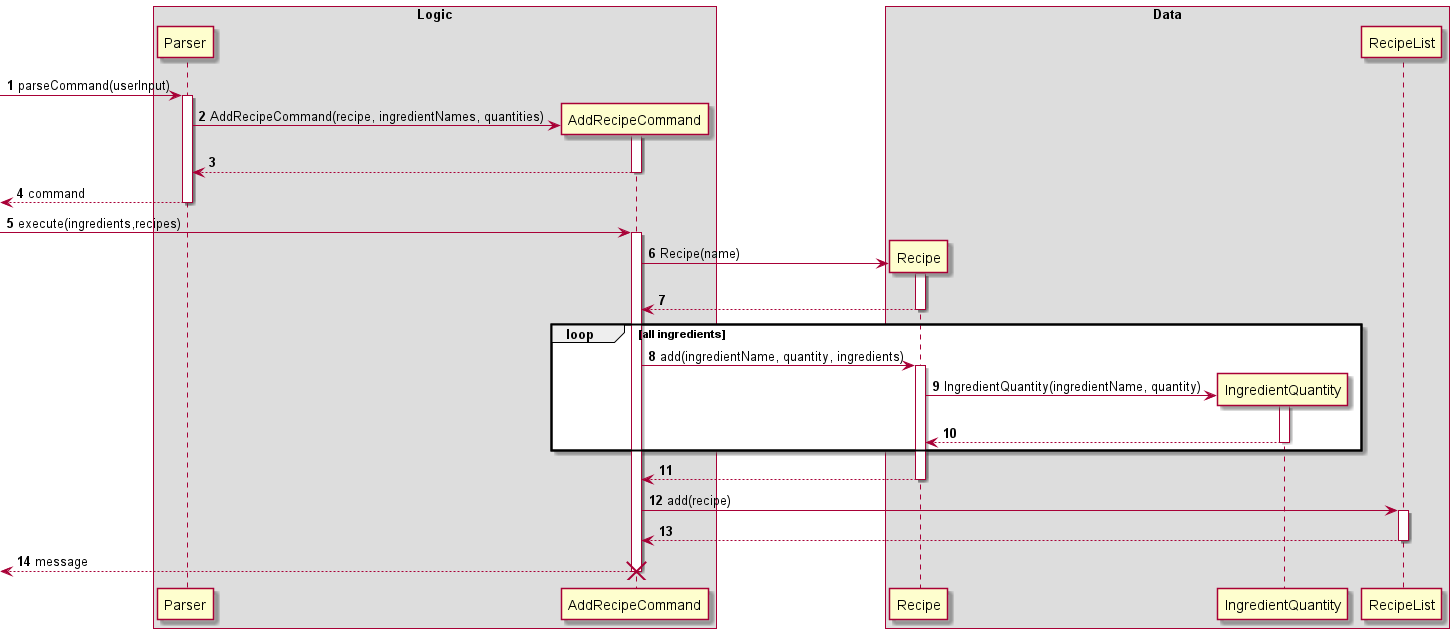
The PlantUML diagram docs/diagrams/AddRecipe.png in nus-cs2113-AY2122S1/tp, before a commit.
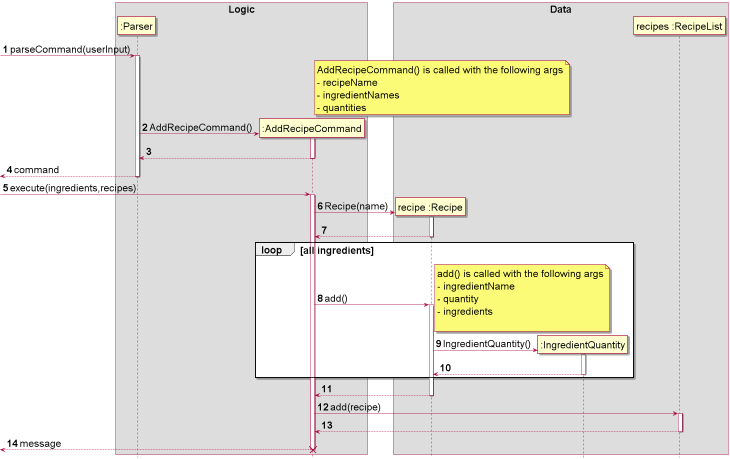
After the change.

Change to the diagram source:
```diff
@@ -1,44 +1,61 @@
 @startuml
+!include style.puml
+
+skinparam defaultFontSize 25
 
 autonumber
 box Logic
--> Parser: parseCommand(userInput)
-activate Parser
+-> ":Parser": parseCommand(userInput)
+activate ":Parser"
 
-create AddRecipeCommand
-Parser -> AddRecipeCommand : AddRecipeCommand(recipe, ingredientNames, quantities)
-activate AddRecipeCommand
+create ":AddRecipeCommand"
+note right of ":AddRecipeCommand"
+AddRecipeCommand() is called with the following args
+- recipeName
+- ingredientNames
+- quantities
+end note
+":Parser" -> ":AddRecipeCommand" : AddRecipeCommand()
+activate ":AddRecipeCommand"
 
 return
 return command
 
--> AddRecipeCommand : execute(ingredients,recipes)
-activate AddRecipeCommand
+-> ":AddRecipeCommand" : execute(ingredients,recipes)
+activate ":AddRecipeCommand"
 end box
 
 box Data
-create Recipe
-AddRecipeCommand -> Recipe : Recipe(name)
-activate Recipe
+create "recipe :Recipe"
+":AddRecipeCommand" -> "recipe :Recipe" : Recipe(name)
+activate "recipe :Recipe"
 
 return
 
 loop all ingredients
-AddRecipeCommand -> Recipe : add(ingredientName, quantity, ingredients)
-activate Recipe
-create IngredientQuantity
-Recipe -> IngredientQuantity : IngredientQuantity(ingredientName, quantity)
-activate IngredientQuantity
+":AddRecipeCommand" -> "recipe :Recipe" : add()
+note right
+add() is called with the following args
+- ingredientName
+- quantity
+- ingredients
+
+end note
+
+activate "recipe :Recipe"
+create ":IngredientQuantity"
+"recipe :Recipe" -> ":IngredientQuantity" : IngredientQuantity()
+activate ":IngredientQuantity"
 return
 end
 
 return
 
-AddRecipeCommand -> RecipeList : add(recipe)
-activate RecipeList
+":AddRecipeCommand" -> "recipes :RecipeList" : add(recipe)
+activate "recipes :RecipeList"
 end box
 
 return
 return message
-destroy AddRecipeCommand
+destroy ":AddRecipeCommand"
 @enduml
```
